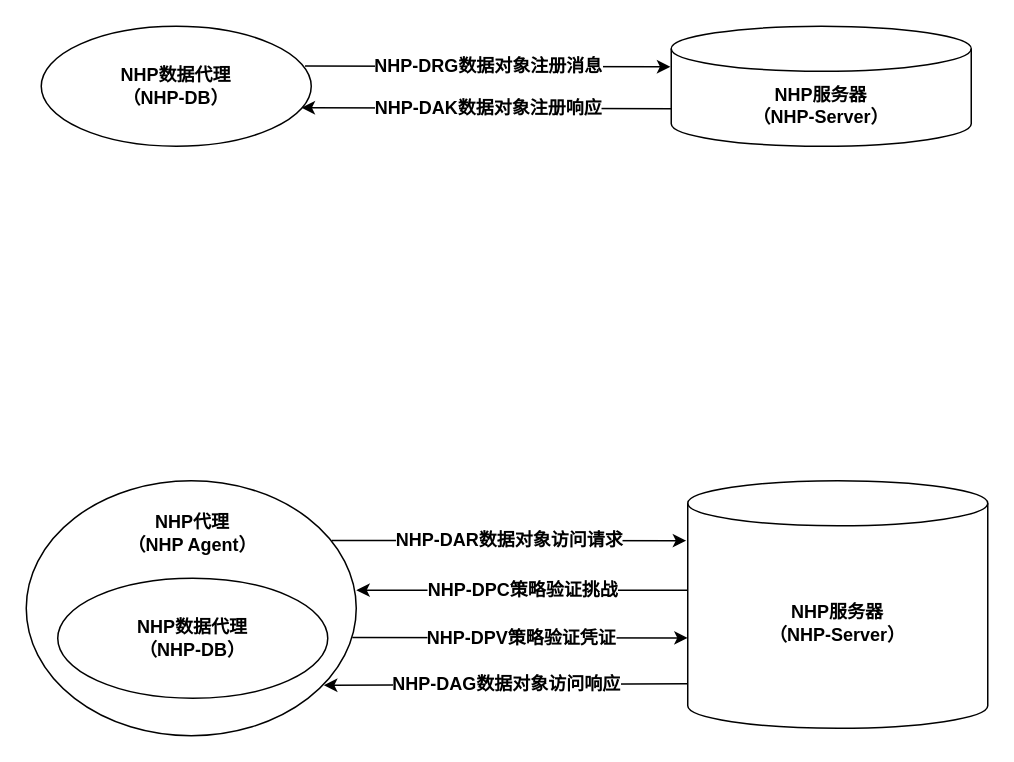
Above: dhp/opendhp_seperate_message_flow.drawio in wenhulove333/opendhp (draw.io), before the change. Source tidied: cells renumbered, new cells numbered last; positions are measured from the earlier drawing's top-left corner, leaving out a move shared by most shapes. Both pictures are drawn from the tidied source at 150%, with x=0, y=0 at pixel (26, 26).
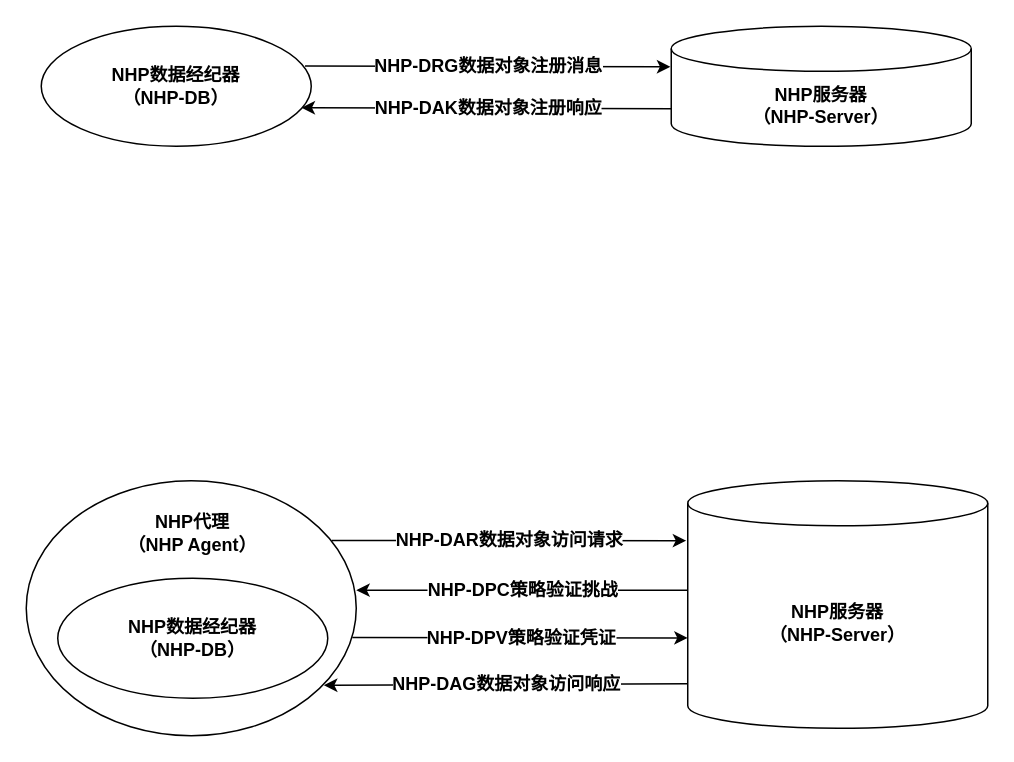
After the change.

Change to the diagram source:
```diff
@@
-    <mxCell id="3" value="&lt;b&gt;NHP数据代理&lt;/b&gt;&lt;div&gt;&lt;b&gt;（NHP-DB）&lt;/b&gt;&lt;/div&gt;" style="ellipse;whiteSpace=wrap;html=1;fillColor=none;" parent="1" vertex="1">
+    <mxCell id="3" value="&lt;b&gt;NHP数据经纪器&lt;/b&gt;&lt;div&gt;&lt;b&gt;（NHP-DB）&lt;/b&gt;&lt;/div&gt;" style="ellipse;whiteSpace=wrap;html=1;fillColor=none;" parent="1" vertex="1">
       <mxGeometry x="10" width="180" height="80" as="geometry" />
     </mxCell>
@@
-    <mxCell id="10" value="&lt;b&gt;NHP数据代理&lt;/b&gt;&lt;div&gt;&lt;b&gt;（NHP-DB）&lt;/b&gt;&lt;/div&gt;" style="ellipse;whiteSpace=wrap;html=1;fillColor=none;" parent="1" vertex="1">
+    <mxCell id="10" value="&lt;b&gt;NHP数据经纪器&lt;/b&gt;&lt;div&gt;&lt;b&gt;（NHP-DB）&lt;/b&gt;&lt;/div&gt;" style="ellipse;whiteSpace=wrap;html=1;fillColor=none;" parent="1" vertex="1">
       <mxGeometry x="21" y="368" width="180" height="80" as="geometry" />
     </mxCell>
```
